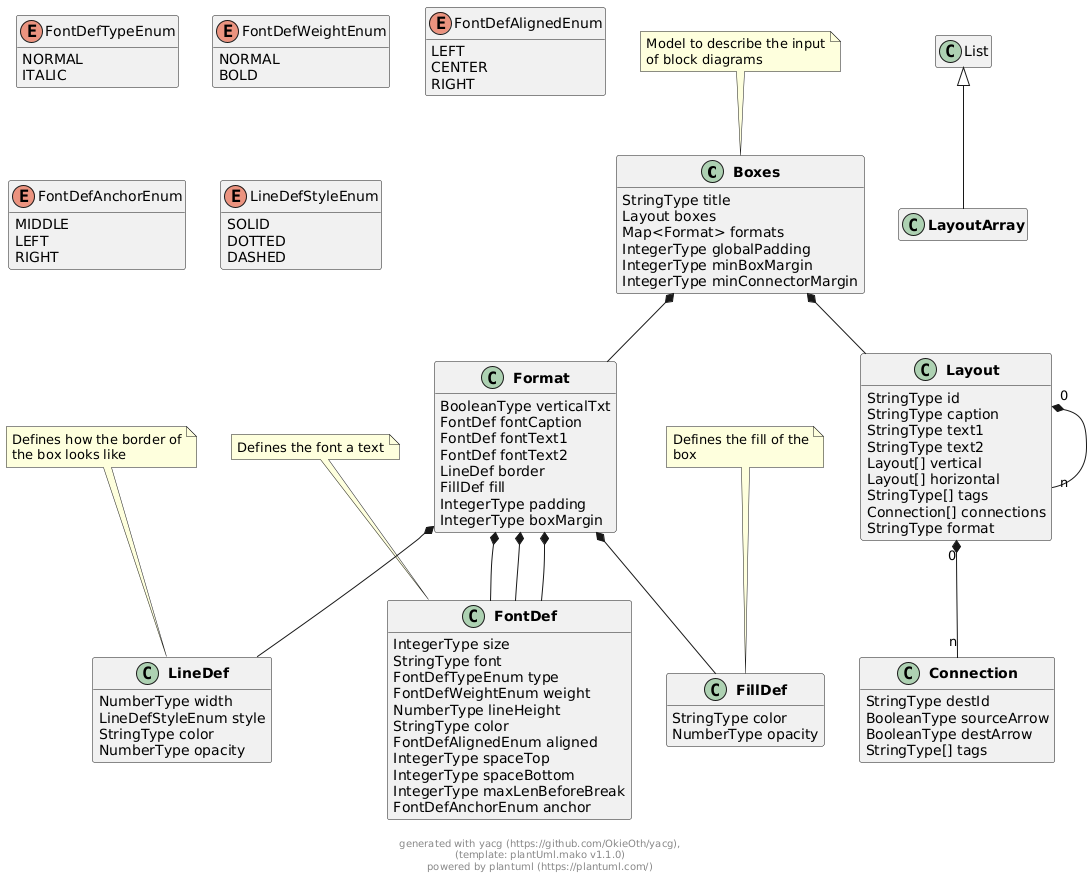
Earlier version of the PlantUML export docs/models/png/boxes.png (OkieOth/draw.chart.things).
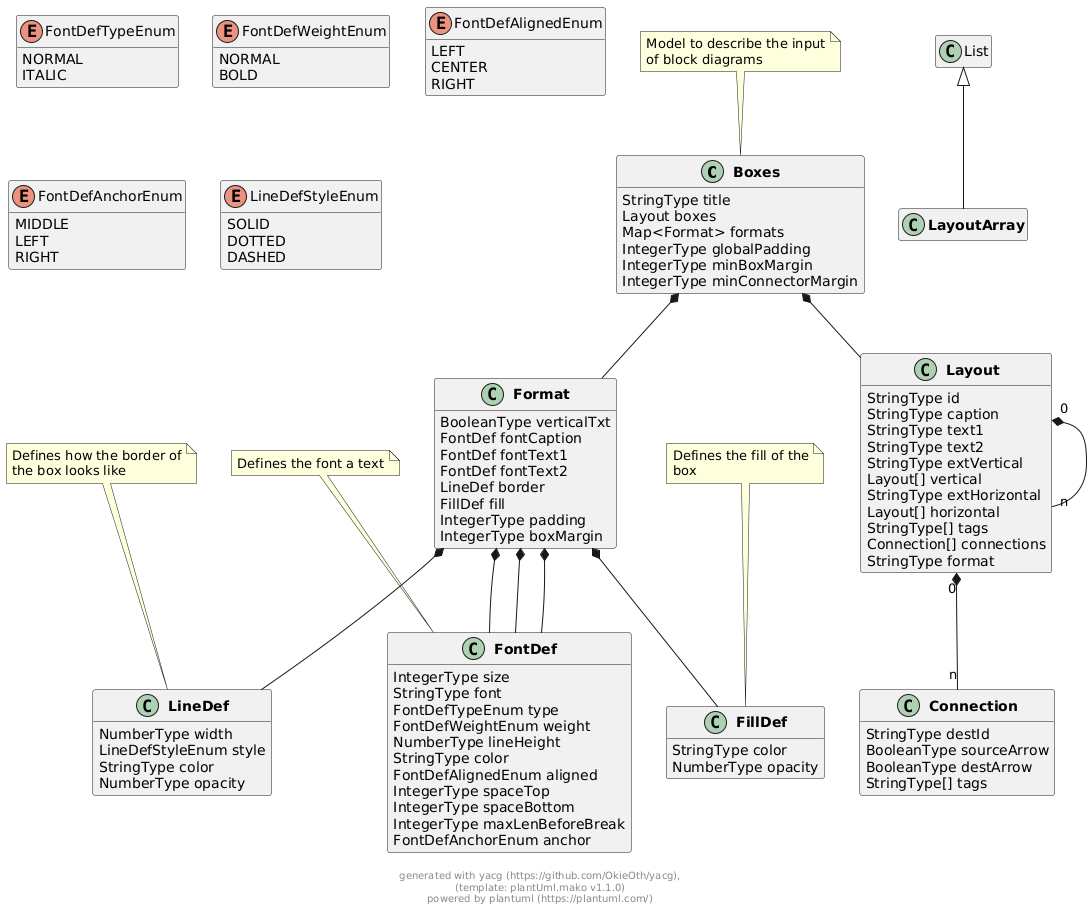
After the change.

The edit, as a diff of the source:
```diff
@@ -20,7 +20,9 @@
         StringType caption
         StringType text1
         StringType text2
+        StringType extVertical
         Layout[] vertical
+        StringType extHorizontal
         Layout[] horizontal
         StringType[] tags
         Connection[] connections
@@ -133,7 +135,9 @@
 
 
 
+
 Layout "0" *-- "n" Layout
+
 
 
 
```
